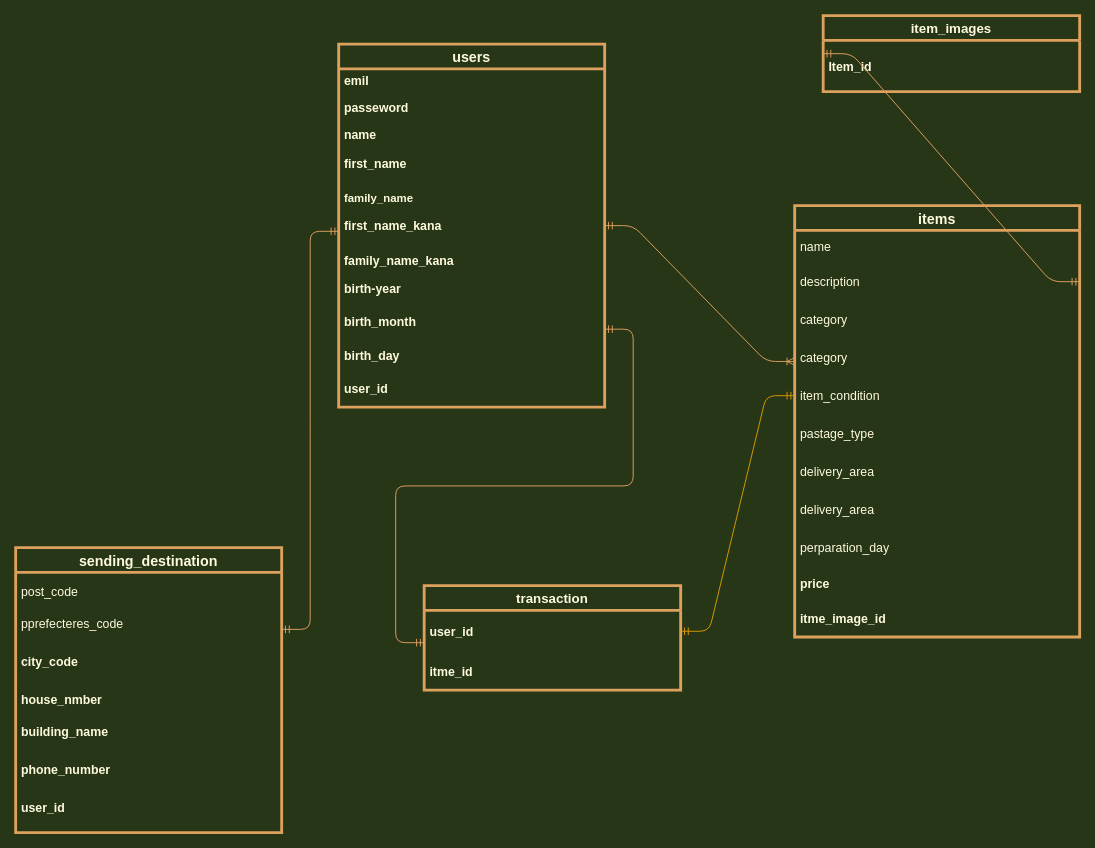
Before: er.dio in haruki-kouda/furima-30455, a draw.io diagram. Source tidied: cells renumbered, new cells numbered last; positions are measured from the earlier drawing's top-left corner, leaving out a move shared by most shapes. Both pictures are drawn from the tidied source at 95%, with x=0, y=0 at pixel (15, 15).
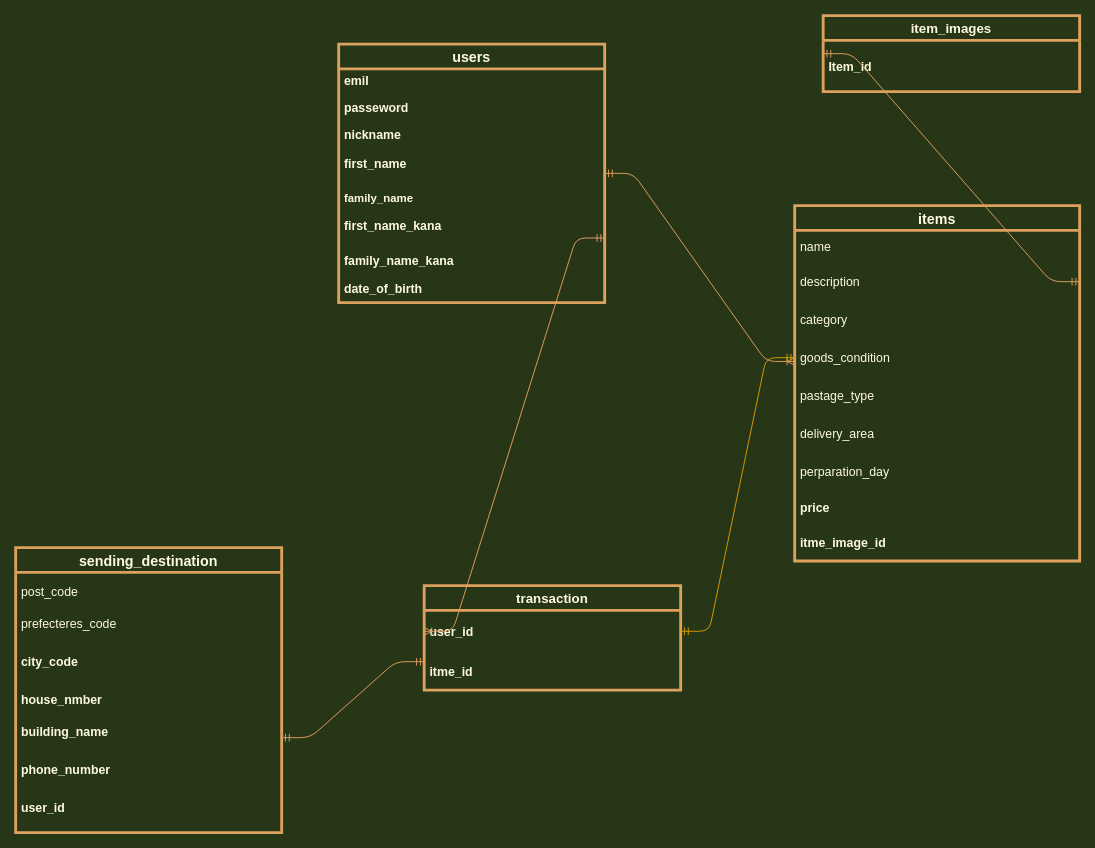
After the change.

Commit message (it also covers changes not shown here):
指摘修正2回目　データーベース作成

Unchanged cells that the change refers to:
```xml
<mxCell id="26" value="first_name_kana&#10;" style="text;strokeColor=none;fillColor=none;align=left;verticalAlign=middle;spacingLeft=4;spacingRight=4;overflow=hidden;points=[[0,0.5],[1,0.5]];portConstraint=eastwest;strokeWidth=3;fontStyle=1;arcSize=15;fontSize=13;fontColor=#FEFAE0;" parent="19" vertex="1">
  <mxGeometry y="182" width="280" height="30" as="geometry" />
</mxCell>
<mxCell id="32" value="sending_destination" style="swimlane;fontStyle=1;horizontal=1;startSize=26;fillColor=none;strokeWidth=3;fontSize=15;arcSize=15;strokeColor=#DDA15E;fontColor=#FEFAE0;" parent="1" vertex="1">
  <mxGeometry y="560" width="280" height="300" as="geometry" />
</mxCell>
<mxCell id="37" value="building_name" style="text;strokeColor=none;fillColor=none;align=left;verticalAlign=top;spacingLeft=4;spacingRight=4;overflow=hidden;points=[[0,0.5],[1,0.5]];portConstraint=eastwest;strokeWidth=3;fontStyle=1;fontSize=13;fontColor=#FEFAE0;" parent="32" vertex="1">
  <mxGeometry y="180" width="280" height="40" as="geometry" />
</mxCell>
<mxCell id="41" value="user_id" style="text;strokeColor=none;fillColor=none;align=left;verticalAlign=middle;spacingLeft=4;spacingRight=4;overflow=hidden;points=[[0,0.5],[1,0.5]];portConstraint=eastwest;arcSize=15;fontSize=13;fontStyle=1;fontColor=#FEFAE0;" parent="40" vertex="1">
  <mxGeometry y="26" width="270" height="44" as="geometry" />
</mxCell>
```

Diff of the diagram source:
```diff
@@
     <mxCell id="2" value="items" style="swimlane;fontStyle=1;horizontal=1;startSize=26;fillColor=none;strokeColor=#DDA15E;fontFamily=Helvetica;fontSize=15;strokeWidth=3;arcSize=15;fontColor=#FEFAE0;" parent="1" vertex="1">
-      <mxGeometry x="820" y="200" width="300" height="454" as="geometry" />
+      <mxGeometry x="820" y="200" width="300" height="374" as="geometry" />
     </mxCell>
@@
-    <mxCell id="6" value="category" style="text;strokeColor=none;fillColor=none;align=left;verticalAlign=middle;spacingLeft=4;spacingRight=4;overflow=hidden;strokeWidth=3;arcSize=15;fontSize=13;fontColor=#FEFAE0;" parent="2" vertex="1">
-      <mxGeometry y="140" width="300" height="40" as="geometry" />
-    </mxCell>
-    <mxCell id="7" value="item_condition" style="text;strokeColor=none;fillColor=none;align=left;verticalAlign=middle;spacingLeft=4;spacingRight=4;overflow=hidden;points=[[0,0.5],[1,0.5]];portConstraint=eastwest;strokeWidth=3;arcSize=15;fontSize=13;fontColor=#FEFAE0;" parent="2" vertex="1">
-      <mxGeometry y="180" width="300" height="40" as="geometry" />
+    <mxCell id="7" value="goods_condition" style="text;strokeColor=none;fillColor=none;align=left;verticalAlign=middle;spacingLeft=4;spacingRight=4;overflow=hidden;points=[[0,0.5],[1,0.5]];portConstraint=eastwest;strokeWidth=3;arcSize=15;fontSize=13;fontColor=#FEFAE0;" parent="2" vertex="1">
+      <mxGeometry y="140" width="300" height="40" as="geometry" />
     </mxCell>
     <mxCell id="8" value="pastage_type" style="text;strokeColor=none;fillColor=none;align=left;verticalAlign=middle;spacingLeft=4;spacingRight=4;overflow=hidden;strokeWidth=3;arcSize=15;fontSize=13;fontColor=#FEFAE0;" parent="2" vertex="1">
-      <mxGeometry y="220" width="300" height="40" as="geometry" />
+      <mxGeometry y="180" width="300" height="40" as="geometry" />
     </mxCell>
     <mxCell id="9" value="delivery_area" style="text;strokeColor=none;fillColor=none;align=left;verticalAlign=middle;spacingLeft=4;spacingRight=4;overflow=hidden;strokeWidth=3;arcSize=15;fontSize=13;fontColor=#FEFAE0;" parent="2" vertex="1">
-      <mxGeometry y="260" width="300" height="40" as="geometry" />
+      <mxGeometry y="220" width="300" height="40" as="geometry" />
     </mxCell>
-    <mxCell id="10" value="delivery_area" style="text;strokeColor=none;fillColor=none;align=left;verticalAlign=middle;spacingLeft=4;spacingRight=4;overflow=hidden;strokeWidth=3;arcSize=15;fontSize=13;fontColor=#FEFAE0;" parent="2" vertex="1">
-      <mxGeometry y="300" width="300" height="40" as="geometry" />
-    </mxCell>
     <mxCell id="11" value="perparation_day" style="text;strokeColor=none;fillColor=none;align=left;verticalAlign=middle;spacingLeft=4;spacingRight=4;overflow=hidden;strokeWidth=3;arcSize=15;fontSize=13;fontColor=#FEFAE0;" parent="2" vertex="1">
-      <mxGeometry y="340" width="300" height="40" as="geometry" />
+      <mxGeometry y="260" width="300" height="40" as="geometry" />
     </mxCell>
     <mxCell id="12" value="price" style="text;strokeColor=none;fillColor=none;align=left;verticalAlign=middle;spacingLeft=4;spacingRight=4;overflow=hidden;strokeWidth=3;fontStyle=1;arcSize=15;fontSize=13;fontColor=#FEFAE0;" parent="2" vertex="1">
-      <mxGeometry y="380" width="300" height="34" as="geometry" />
+      <mxGeometry y="300" width="300" height="34" as="geometry" />
     </mxCell>
     <mxCell id="13" value="itme_image_id" style="text;strokeColor=none;fillColor=none;align=left;verticalAlign=middle;spacingLeft=4;spacingRight=4;overflow=hidden;strokeWidth=3;fontStyle=1;arcSize=15;fontSize=13;fontColor=#FEFAE0;" parent="2" vertex="1">
-      <mxGeometry y="414" width="300" height="40" as="geometry" />
+      <mxGeometry y="334" width="300" height="40" as="geometry" />
     </mxCell>
@@
-    <mxCell id="18" style="edgeStyle=entityRelationEdgeStyle;fontSize=12;html=1;endArrow=ERmandOne;startArrow=ERmandOne;strokeColor=#DDA15E;fillColor=#BC6C25;exitX=1;exitY=0.5;exitDx=0;exitDy=0;entryX=0;entryY=0.5;entryDx=0;entryDy=0;" parent="1" edge="1" source="34" target="26">
-      <mxGeometry relative="1" as="geometry" />
-    </mxCell>
     <mxCell id="19" value="users" style="swimlane;fontStyle=1;horizontal=1;startSize=26;fillColor=none;strokeColor=#DDA15E;fontFamily=Helvetica;fontSize=15;strokeWidth=3;arcSize=15;fontColor=#FEFAE0;" parent="1" vertex="1">
-      <mxGeometry x="340" y="30" width="280" height="382" as="geometry" />
+      <mxGeometry x="340" y="30" width="280" height="272" as="geometry" />
     </mxCell>
@@
-    <mxCell id="22" value="name" style="text;strokeColor=none;fillColor=none;align=left;verticalAlign=middle;spacingLeft=4;spacingRight=4;overflow=hidden;points=[[0,0.5],[1,0.5]];portConstraint=eastwest;strokeWidth=3;fontStyle=1;arcSize=15;fontSize=13;fontColor=#FEFAE0;" parent="19" vertex="1">
+    <mxCell id="22" value="nickname" style="text;strokeColor=none;fillColor=none;align=left;verticalAlign=middle;spacingLeft=4;spacingRight=4;overflow=hidden;points=[[0,0.5],[1,0.5]];portConstraint=eastwest;strokeWidth=3;fontStyle=1;arcSize=15;fontSize=13;fontColor=#FEFAE0;" parent="19" vertex="1">
       <mxGeometry y="82" width="280" height="26" as="geometry" />
     </mxCell>
@@
-    <mxCell id="28" value="birth-year" style="text;strokeColor=none;fillColor=none;align=left;verticalAlign=middle;spacingLeft=4;spacingRight=4;overflow=hidden;strokeWidth=3;fontStyle=1;arcSize=15;fontSize=13;fontColor=#FEFAE0;" parent="19" vertex="1">
+    <mxCell id="28" value="date_of_birth" style="text;strokeColor=none;fillColor=none;align=left;verticalAlign=middle;spacingLeft=4;spacingRight=4;overflow=hidden;strokeWidth=3;fontStyle=1;arcSize=15;fontSize=13;fontColor=#FEFAE0;" parent="19" vertex="1">
       <mxGeometry y="242" width="280" height="30" as="geometry" />
     </mxCell>
-    <mxCell id="29" value="birth_month" style="text;strokeColor=none;fillColor=none;align=left;verticalAlign=middle;spacingLeft=4;spacingRight=4;overflow=hidden;strokeWidth=3;fontStyle=1;arcSize=15;fontSize=13;fontColor=#FEFAE0;" parent="19" vertex="1">
-      <mxGeometry y="272" width="280" height="40" as="geometry" />
-    </mxCell>
-    <mxCell id="30" value="birth_day" style="text;strokeColor=none;fillColor=none;align=left;verticalAlign=middle;spacingLeft=4;spacingRight=4;overflow=hidden;strokeWidth=3;fontStyle=1;arcSize=15;fontSize=13;fontColor=#FEFAE0;" parent="19" vertex="1">
-      <mxGeometry y="312" width="280" height="30" as="geometry" />
-    </mxCell>
-    <mxCell id="31" value="user_id" style="text;strokeColor=none;fillColor=none;align=left;verticalAlign=middle;spacingLeft=4;spacingRight=4;overflow=hidden;strokeWidth=3;fontStyle=1;fontColor=#FEFAE0;arcSize=15;fontSize=13;" parent="19" vertex="1">
-      <mxGeometry y="342" width="280" height="40" as="geometry" />
-    </mxCell>
@@
-    <mxCell id="34" value="pprefecteres_code" style="text;strokeColor=none;fillColor=none;align=left;verticalAlign=top;spacingLeft=4;spacingRight=4;overflow=hidden;points=[[0,0.5],[1,0.5]];portConstraint=eastwest;arcSize=15;fontSize=13;fontColor=#FEFAE0;" parent="32" vertex="1">
+    <mxCell id="34" value="prefecteres_code" style="text;strokeColor=none;fillColor=none;align=left;verticalAlign=top;spacingLeft=4;spacingRight=4;overflow=hidden;points=[[0,0.5],[1,0.5]];portConstraint=eastwest;arcSize=15;fontSize=13;fontColor=#FEFAE0;" parent="32" vertex="1">
       <mxGeometry y="66" width="280" height="40" as="geometry" />
     </mxCell>
@@
-    <mxCell id="44" style="edgeStyle=entityRelationEdgeStyle;fontSize=12;html=1;endArrow=ERmandOne;startArrow=ERmandOne;strokeColor=#E09F63;" parent="1" edge="1">
+    <mxCell id="44" style="edgeStyle=entityRelationEdgeStyle;fontSize=12;html=1;endArrow=ERmandOne;startArrow=ERmandOne;strokeColor=#E09F63;exitX=1;exitY=0.5;exitDx=0;exitDy=0;" parent="1" edge="1" source="37">
       <mxGeometry relative="1" as="geometry">
-        <mxPoint x="620" y="330" as="sourcePoint" />
-        <mxPoint x="430" y="660" as="targetPoint" />
+        <mxPoint x="430" y="680" as="targetPoint" />
       </mxGeometry>
     </mxCell>
+    <mxCell id="45" style="edgeStyle=entityRelationEdgeStyle;fontSize=12;html=1;endArrow=ERoneToMany;startArrow=ERmandOne;strokeColor=#E09F63;exitX=1;exitY=0.75;exitDx=0;exitDy=0;entryX=0;entryY=0.5;entryDx=0;entryDy=0;" parent="1" edge="1" source="19" target="41">
+      <mxGeometry relative="1" as="geometry" />
+    </mxCell>
```
